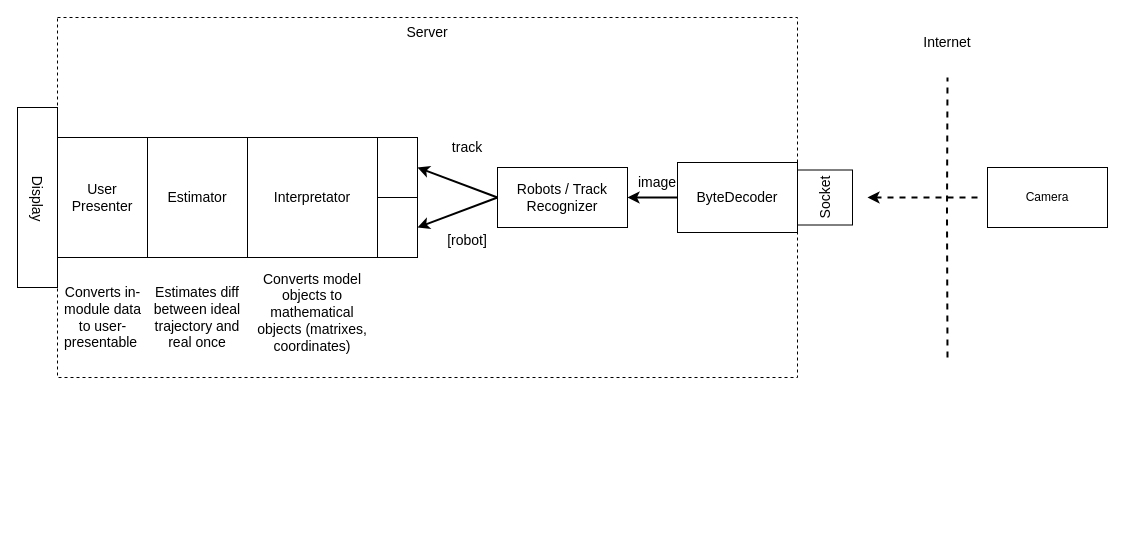
Above: scheme/ProjectScheme.drawio in FinickyPrune/visual-monitoring (draw.io), before the change. Source tidied: cells renumbered, new cells numbered last; positions are measured from the earlier drawing's top-left corner, leaving out a move shared by most shapes. Both pictures are drawn from the tidied source at 100%, with x=0, y=0 at pixel (-54, 17).
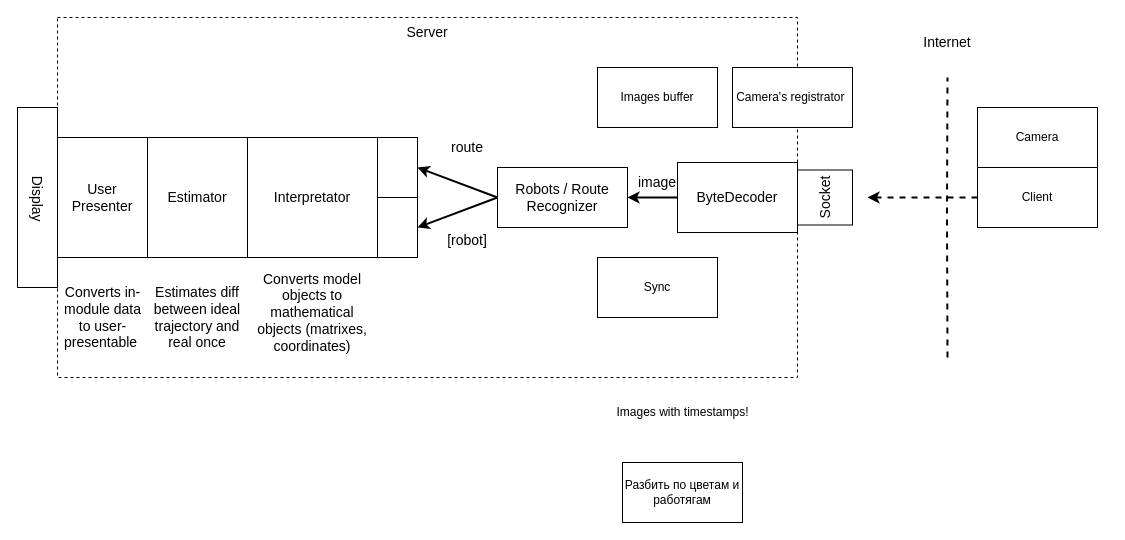
Above is the later version.

The edit, as a diff of the source:
```diff
@@
     <mxCell id="2" value="Camera" style="rounded=0;whiteSpace=wrap;html=1;" parent="1" vertex="1">
-      <mxGeometry x="1041" y="150" width="120" height="60" as="geometry" />
+      <mxGeometry x="1031" y="90" width="120" height="60" as="geometry" />
     </mxCell>
@@
-    <mxCell id="13" value="Robots&amp;nbsp;/ Track&lt;br&gt;Recognizer" style="rounded=0;whiteSpace=wrap;html=1;fontSize=14;fillColor=none;" parent="1" vertex="1">
+    <mxCell id="13" value="Robots&amp;nbsp;/ Route&lt;br&gt;Recognizer" style="rounded=0;whiteSpace=wrap;html=1;fontSize=14;fillColor=none;" parent="1" vertex="1">
       <mxGeometry x="551" y="150" width="130" height="60" as="geometry" />
     </mxCell>
@@
-    <mxCell id="20" value="track" style="text;html=1;strokeColor=none;fillColor=none;align=center;verticalAlign=middle;whiteSpace=wrap;rounded=0;fontSize=14;" parent="1" vertex="1">
+    <mxCell id="20" value="route" style="text;html=1;strokeColor=none;fillColor=none;align=center;verticalAlign=middle;whiteSpace=wrap;rounded=0;fontSize=14;" parent="1" vertex="1">
       <mxGeometry x="491" y="115" width="60" height="30" as="geometry" />
     </mxCell>
@@
+    <mxCell id="30" value="Client" style="rounded=0;whiteSpace=wrap;html=1;" parent="1" vertex="1">
+      <mxGeometry x="1031" y="150" width="120" height="60" as="geometry" />
+    </mxCell>
+    <mxCell id="31" value="Camera's registrator&amp;nbsp;" style="rounded=0;whiteSpace=wrap;html=1;" parent="1" vertex="1">
+      <mxGeometry x="786" y="50" width="120" height="60" as="geometry" />
+    </mxCell>
+    <mxCell id="32" value="Images buffer" style="rounded=0;whiteSpace=wrap;html=1;" parent="1" vertex="1">
+      <mxGeometry x="651" y="50" width="120" height="60" as="geometry" />
+    </mxCell>
+    <mxCell id="33" value="Sync" style="rounded=0;whiteSpace=wrap;html=1;" parent="1" vertex="1">
+      <mxGeometry x="651" y="240" width="120" height="60" as="geometry" />
+    </mxCell>
+    <mxCell id="34" value="Images with timestamps!" style="text;html=1;align=center;verticalAlign=middle;strokeColor=none;fillColor=none;" parent="1" vertex="1">
+      <mxGeometry x="656" y="380" width="160" height="30" as="geometry" />
+    </mxCell>
+    <mxCell id="35" value="Разбить по цветам и работягам" style="rounded=0;whiteSpace=wrap;html=1;" parent="1" vertex="1">
+      <mxGeometry x="676" y="445" width="120" height="60" as="geometry" />
+    </mxCell>
```
